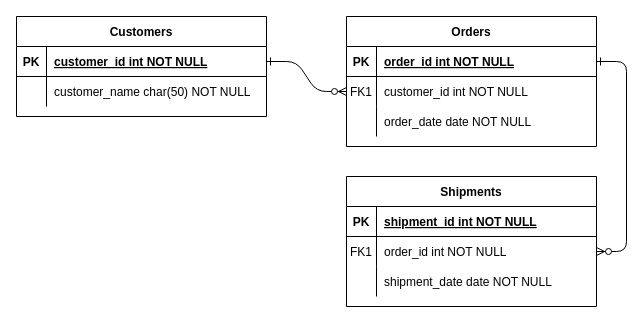
Above: source/to_post/Untitled Diagram.drawio in wxquare/wxquare.github.io (draw.io), before the change. Source tidied: cells renumbered, new cells numbered last; positions are measured from the earlier drawing's top-left corner, leaving out a move shared by most shapes. Both pictures are drawn from the tidied source at 100%, with x=0, y=0 at pixel (16, 16).
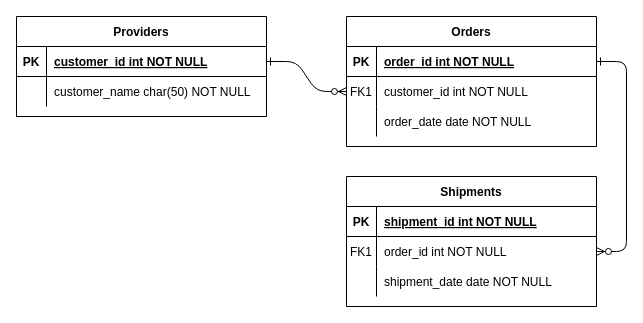
Above is the later version.

What changed in the source:
```diff
@@
-    <mxCell id="24" value="Customers" style="shape=table;startSize=30;childLayout=tableLayout;rowLines=0;fontStyle=1;align=center;" parent="1" vertex="1">
+    <mxCell id="24" value="Providers" style="shape=table;startSize=30;childLayout=tableLayout;rowLines=0;fontStyle=1;align=center;" parent="1" vertex="1">
       <mxGeometry width="250" height="100" as="geometry" />
     </mxCell>
```
